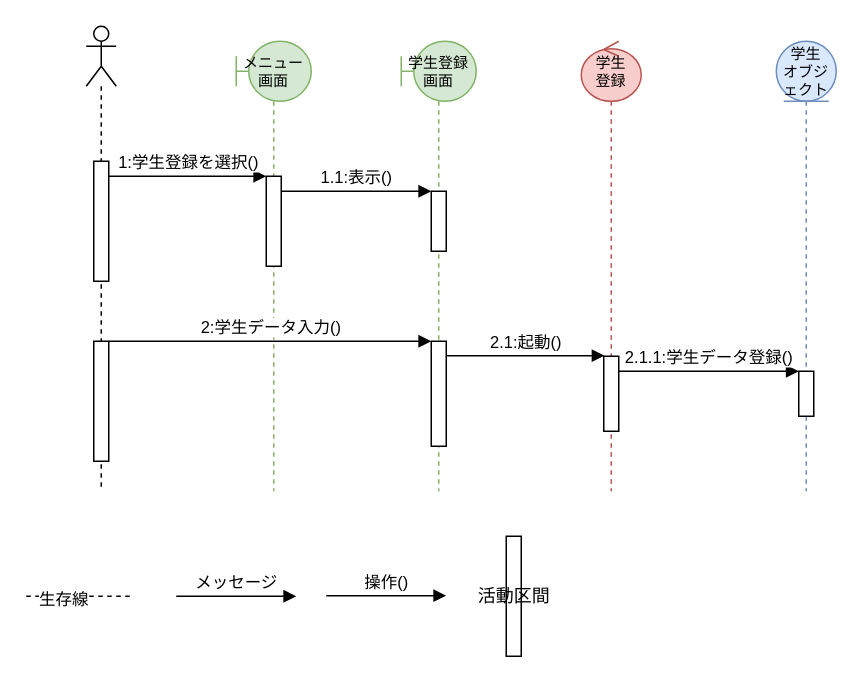
Above: personal/drowio/シーケンス図.drawio in takesue0630/practice_uml (draw.io), before the change. Source tidied: cells renumbered, new cells numbered last; positions are measured from the earlier drawing's top-left corner, leaving out a move shared by most shapes. Both pictures are drawn from the tidied source at 150%, with x=0, y=0 at pixel (26, 26).
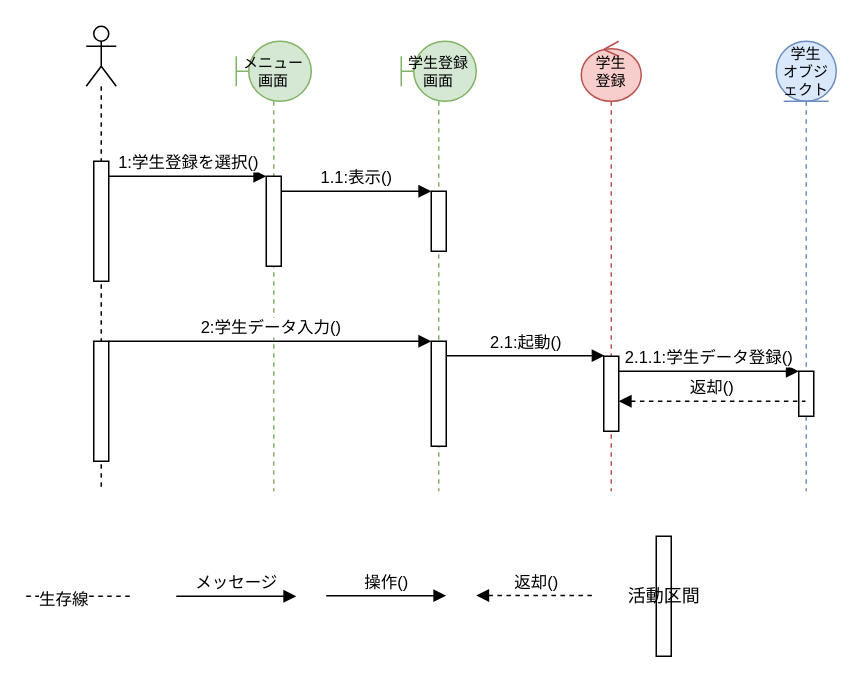
Above is the later version.

Commit message:
【追記】シーケンス図.drawio

Diff of the diagram source:
```diff
@@
     <mxCell id="22" value="活動区間" style="html=1;perimeter=orthogonalPerimeter;targetShapes=umlLifeline;newEdgeStyle={&quot;curved&quot;:0,&quot;rounded&quot;:0};" parent="1" vertex="1">
-      <mxGeometry x="320" y="340" width="10" height="80" as="geometry" />
+      <mxGeometry x="420" y="340" width="10" height="80" as="geometry" />
     </mxCell>
@@
+    <mxCell id="24" value="返却()" style="html=1;verticalAlign=bottom;endArrow=none;curved=0;rounded=0;endFill=0;startArrow=block;startFill=1;dashed=1;" parent="1" edge="1">
+      <mxGeometry relative="1" as="geometry">
+        <mxPoint x="300" y="379.5" as="sourcePoint" />
+        <mxPoint x="380" y="379.5" as="targetPoint" />
+      </mxGeometry>
+    </mxCell>
+    <mxCell id="25" value="返却()" style="html=1;verticalAlign=bottom;endArrow=none;curved=0;rounded=0;endFill=0;startArrow=block;startFill=1;dashed=1;exitX=1;exitY=1;exitDx=0;exitDy=-5;exitPerimeter=0;" parent="1" edge="1">
+      <mxGeometry relative="1" as="geometry">
+        <mxPoint x="395" y="250" as="sourcePoint" />
+        <mxPoint x="519.5" y="250" as="targetPoint" />
+      </mxGeometry>
+    </mxCell>
```
